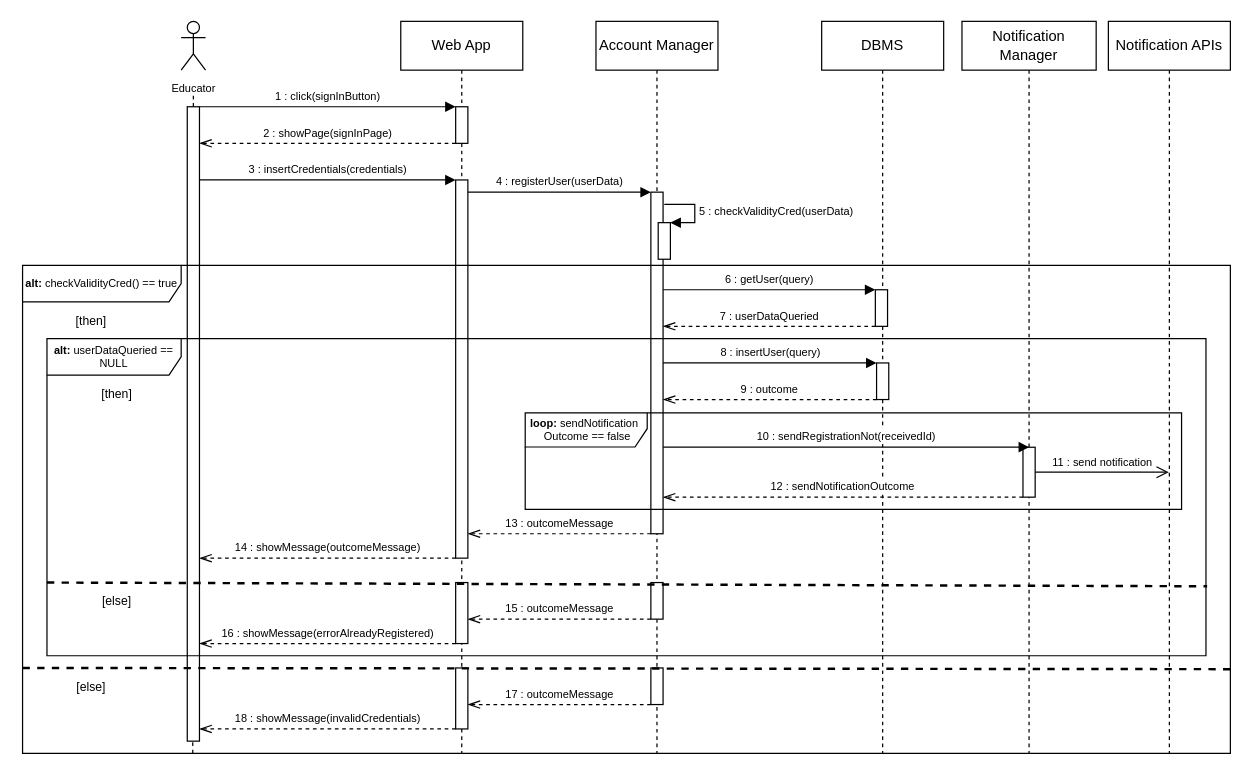
This is DDwip/ExtraFiles/Sequence/Sequence2DD.drawio from francescospangaro/SpangaroTosettiRiccardi, a draw.io file, before an edit. Source tidied: cells renumbered, new cells numbered last; positions are measured from the earlier drawing's top-left corner, leaving out a move shared by most shapes. Both pictures are drawn from the tidied source at 122%, with x=0, y=0 at pixel (22, 21).
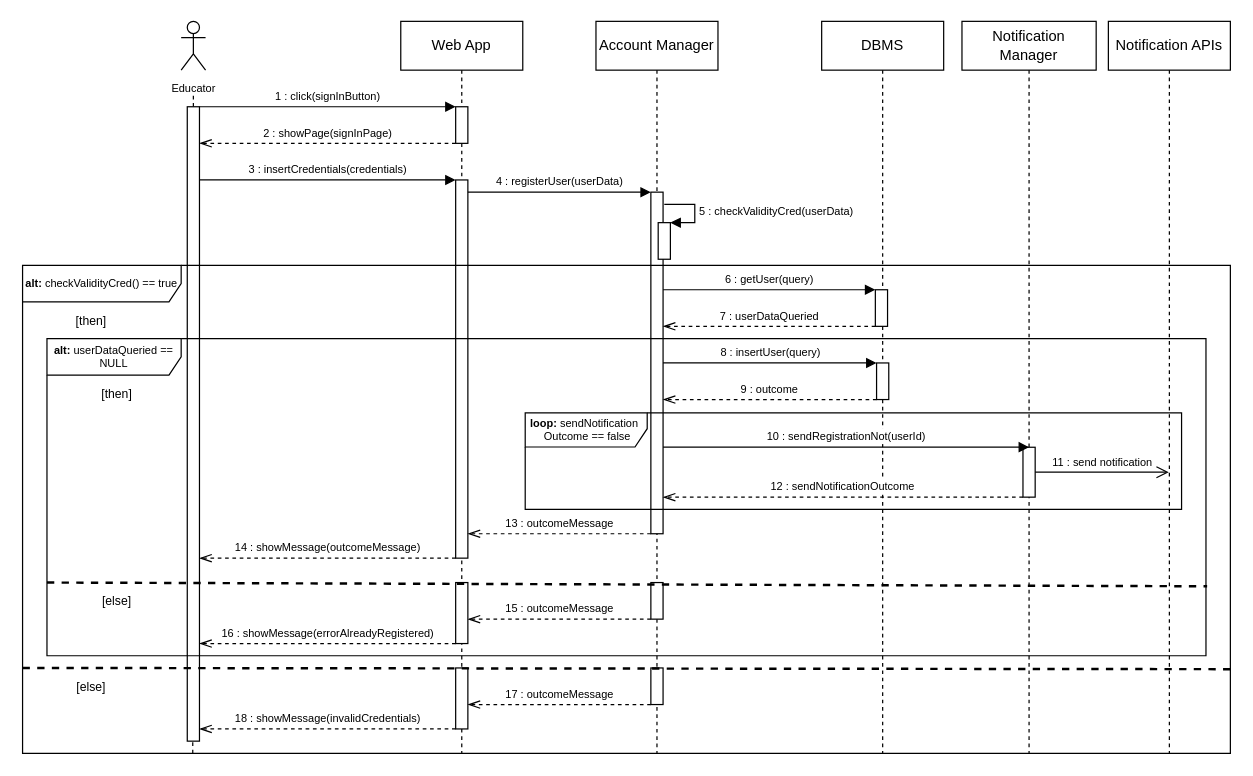
The same page after the edit.

Commit message (it also covers changes not shown here):
Added login sequence, completed sequence 3 description

The change refers to these unchanged cells:
```xml
<mxCell id="15" style="html=1;points=[];perimeter=orthogonalPerimeter;outlineConnect=0;targetShapes=umlLifeline;portConstraint=eastwest;newEdgeStyle={&quot;edgeStyle&quot;:&quot;elbowEdgeStyle&quot;,&quot;elbow&quot;:&quot;vertical&quot;,&quot;curved&quot;:0,&quot;rounded&quot;:0};" parent="14" vertex="1">
  <mxGeometry x="45" y="140" width="10" height="280" as="geometry" />
</mxCell>
<mxCell id="25" style="html=1;points=[];perimeter=orthogonalPerimeter;outlineConnect=0;targetShapes=umlLifeline;portConstraint=eastwest;newEdgeStyle={&quot;edgeStyle&quot;:&quot;elbowEdgeStyle&quot;,&quot;elbow&quot;:&quot;vertical&quot;,&quot;curved&quot;:0,&quot;rounded&quot;:0};" parent="24" vertex="1">
  <mxGeometry x="50" y="349.1" width="10" height="40.9" as="geometry" />
</mxCell>
```

Diff of the diagram source:
```diff
@@
-    <mxCell id="43" value="&lt;font style=&quot;font-size: 9px;&quot;&gt;10 : sendRegistrationNot(receivedId)&lt;/font&gt;" style="html=1;verticalAlign=bottom;endArrow=block;edgeStyle=elbowEdgeStyle;elbow=vertical;curved=0;rounded=0;" parent="1" edge="1" source="15" target="25">
+    <mxCell id="43" value="&lt;font style=&quot;font-size: 9px;&quot;&gt;10 : sendRegistrationNot(userId)&lt;/font&gt;" style="html=1;verticalAlign=bottom;endArrow=block;edgeStyle=elbowEdgeStyle;elbow=vertical;curved=0;rounded=0;" parent="1" edge="1" source="15" target="25">
       <mxGeometry relative="1" as="geometry">
         <Array as="points">
           <mxPoint x="790" y="349" />
         </Array>
       </mxGeometry>
     </mxCell>
```
